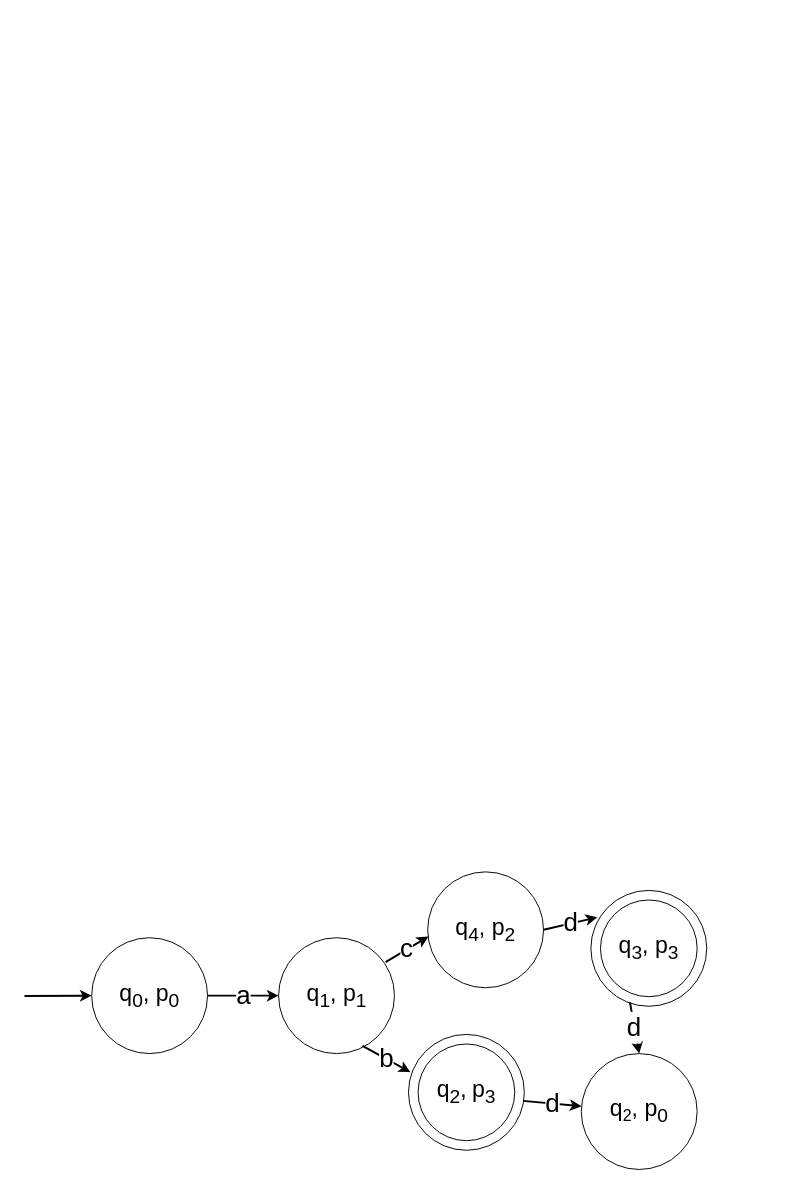
Earlier version of the draw.io diagram thesisdrawing.drawio (olliglorioso/datasets). Source tidied: cells renumbered, new cells numbered last; positions are measured from the earlier drawing's top-left corner, leaving out a move shared by most shapes. Both pictures are drawn from the tidied source at 96%, with x=0, y=0 at pixel (24, 872).
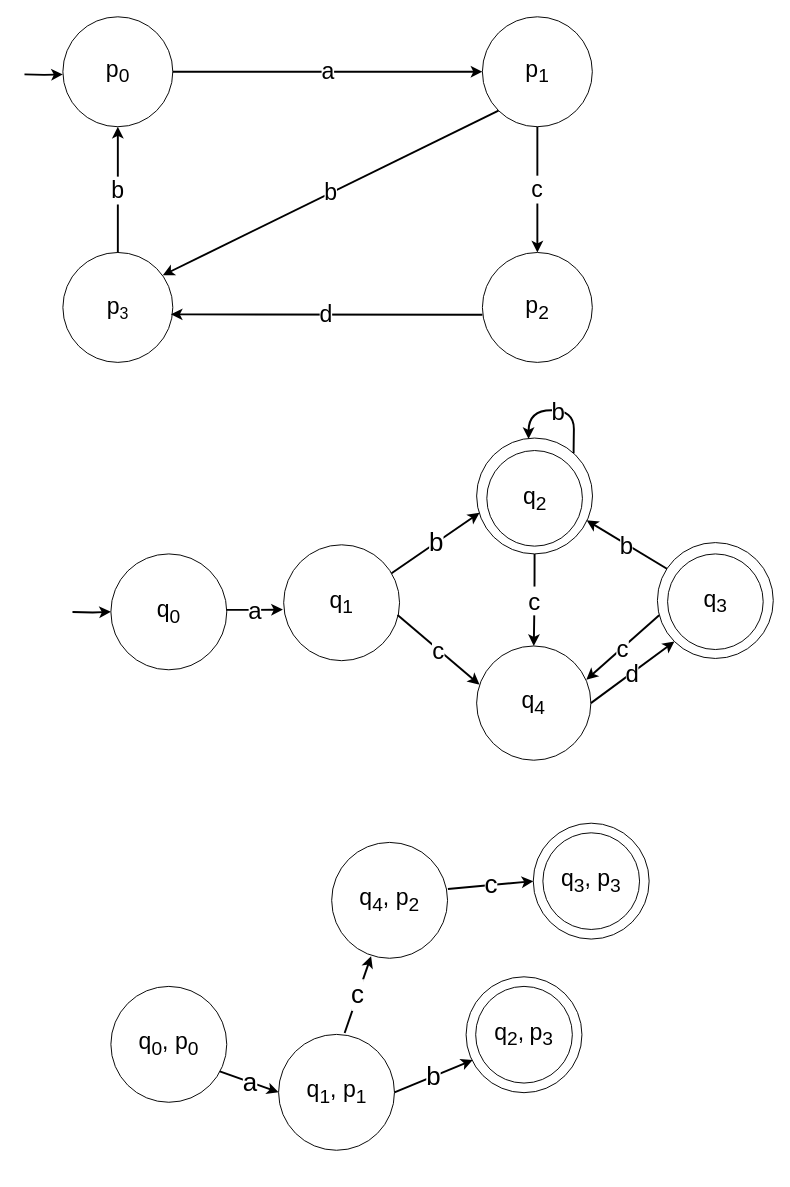
The same page after the edit.

Diff of the diagram source:
```diff
@@
     <mxCell id="2" style="ellipse;whiteSpace=wrap;html=1;fillColor=none;" parent="1" vertex="1">
-      <mxGeometry x="410" y="179" width="100.7" height="100.7" as="geometry" />
+      <mxGeometry x="470" y="119" width="100.7" height="100.7" as="geometry" />
     </mxCell>
     <mxCell id="3" value="&lt;span style=&quot;font-size: 24px;&quot;&gt;q&lt;sub&gt;4&lt;/sub&gt;, p&lt;sub&gt;2&lt;br&gt;&lt;/sub&gt;&lt;/span&gt;" style="ellipse;whiteSpace=wrap;html=1;fillColor=none;" parent="1" vertex="1">
-      <mxGeometry x="420" y="-0.3" width="120.7" height="120.7" as="geometry" />
+      <mxGeometry x="320" y="-31" width="120.7" height="120.7" as="geometry" />
     </mxCell>
+    <mxCell id="17" style="group;" parent="1" vertex="1">
+      <mxGeometry x="40" y="-891" width="570" height="366.2" as="geometry" />
+    </mxCell>
+    <mxCell id="18" value="&lt;span style=&quot;font-size: 24px;&quot;&gt;p&lt;sub&gt;0&lt;/sub&gt;&lt;/span&gt;" style="ellipse;whiteSpace=wrap;html=1;" parent="17" vertex="1">
+      <mxGeometry width="114.5" height="114.5" as="geometry" />
+    </mxCell>
+    <mxCell id="19" value="&lt;span style=&quot;font-size: 24px;&quot;&gt;p&lt;sub&gt;1&lt;/sub&gt;&lt;/span&gt;" style="ellipse;whiteSpace=wrap;html=1;" parent="17" vertex="1">
+      <mxGeometry x="437" width="114.5" height="114.5" as="geometry" />
+    </mxCell>
+    <mxCell id="20" value="&lt;span style=&quot;font-size: 24px;&quot;&gt;p&lt;sub&gt;2&lt;/sub&gt;&lt;/span&gt;" style="ellipse;whiteSpace=wrap;html=1;" parent="17" vertex="1">
+      <mxGeometry x="437" y="245.5" width="114.5" height="114.5" as="geometry" />
+    </mxCell>
+    <mxCell id="21" value="&lt;span style=&quot;font-size: 24px;&quot;&gt;p&lt;/span&gt;&lt;span style=&quot;font-size: 20px;&quot;&gt;&lt;sub&gt;3&lt;/sub&gt;&lt;/span&gt;" style="ellipse;whiteSpace=wrap;html=1;" parent="17" vertex="1">
+      <mxGeometry y="245.5" width="114.5" height="114.5" as="geometry" />
+    </mxCell>
+    <mxCell id="22" value="&lt;font style=&quot;font-size: 24px;&quot;&gt;a&lt;/font&gt;" style="endArrow=classic;html=1;rounded=0;entryX=0;entryY=0.5;entryDx=0;entryDy=0;exitX=1;exitY=0.5;exitDx=0;exitDy=0;strokeWidth=2;startArrow=none;startFill=0;endFill=1;" parent="17" edge="1" source="18" target="19">
+      <mxGeometry relative="1" as="geometry" />
+    </mxCell>
+    <mxCell id="23" value="&lt;font style=&quot;font-size: 24px;&quot;&gt;d&lt;/font&gt;" style="endArrow=none;html=1;rounded=0;entryX=0;entryY=0.5;entryDx=0;entryDy=0;strokeWidth=2;startArrow=classic;startFill=1;exitX=0.982;exitY=0.563;exitDx=0;exitDy=0;exitPerimeter=0;" parent="17" edge="1" source="21">
+      <mxGeometry relative="1" as="geometry">
+        <mxPoint x="437" y="310.4" as="targetPoint" />
+      </mxGeometry>
+    </mxCell>
+    <mxCell id="24" value="&lt;font style=&quot;font-size: 24px;&quot;&gt;c&lt;/font&gt;" style="endArrow=none;html=1;rounded=0;entryX=0.5;entryY=1;entryDx=0;entryDy=0;exitX=0.5;exitY=0;exitDx=0;exitDy=0;strokeWidth=2;endFill=0;startArrow=classic;startFill=1;" parent="17" edge="1" source="20" target="19">
+      <mxGeometry relative="1" as="geometry" />
+    </mxCell>
+    <mxCell id="25" value="&lt;font style=&quot;font-size: 24px;&quot;&gt;b&lt;/font&gt;" style="endArrow=none;html=1;rounded=0;entryX=0;entryY=1;entryDx=0;entryDy=0;exitX=0.909;exitY=0.207;exitDx=0;exitDy=0;strokeWidth=2;startArrow=classic;startFill=1;exitPerimeter=0;" parent="17" edge="1" source="21" target="19">
+      <mxGeometry relative="1" as="geometry" />
+    </mxCell>
+    <mxCell id="26" value="&lt;font style=&quot;font-size: 24px;&quot;&gt;b&lt;/font&gt;" style="endArrow=none;html=1;rounded=0;entryX=0.5;entryY=0;entryDx=0;entryDy=0;exitX=0.5;exitY=1;exitDx=0;exitDy=0;strokeWidth=2;startArrow=classic;startFill=1;" parent="17" edge="1" source="18" target="21">
+      <mxGeometry relative="1" as="geometry" />
+    </mxCell>
+    <mxCell id="27" style="group;" parent="1" vertex="1">
+      <mxGeometry x="80" y="-451" width="700" height="363" as="geometry" />
+    </mxCell>
+    <mxCell id="28" style="group;" parent="27" vertex="1">
+      <mxGeometry x="401.6" y="11.8" width="110.1" height="122.8" as="geometry" />
+    </mxCell>
+    <mxCell id="29" value="&lt;span style=&quot;font-size: 24px;&quot;&gt;q&lt;sub&gt;2&lt;/sub&gt;&lt;/span&gt;" style="ellipse;whiteSpace=wrap;html=1;strokeColor=default;strokeWidth=1;" parent="28" vertex="1">
+      <mxGeometry width="99.6" height="99.6" as="geometry" />
+    </mxCell>
+    <mxCell id="30" style="ellipse;whiteSpace=wrap;html=1;fillColor=none;" parent="28" vertex="1">
+      <mxGeometry x="-10.6" y="-13" width="120.7" height="120.7" as="geometry" />
+    </mxCell>
+    <mxCell id="31" value="&lt;font style=&quot;font-size: 25px;&quot;&gt;b&lt;/font&gt;" style="rounded=0;orthogonalLoop=1;jettySize=auto;html=1;exitX=0.837;exitY=0.13;exitDx=0;exitDy=0;strokeWidth=2;entryX=0.448;entryY=0.008;entryDx=0;entryDy=0;entryPerimeter=0;exitPerimeter=0;edgeStyle=orthogonalEdgeStyle;curved=1;" parent="28" edge="1" source="30" target="30">
+      <mxGeometry relative="1" as="geometry">
+        <Array as="points">
+          <mxPoint x="91" y="-3" />
+          <mxPoint x="91" y="-3" />
+          <mxPoint x="91" y="-42" />
+          <mxPoint x="44" y="-42" />
+        </Array>
+      </mxGeometry>
+    </mxCell>
+    <mxCell id="32" style="group;" parent="27" vertex="1">
+      <mxGeometry x="589.9" y="119.5" width="110.1" height="122.8" as="geometry" />
+    </mxCell>
+    <mxCell id="33" value="&lt;span style=&quot;font-size: 24px;&quot;&gt;q&lt;sub&gt;3&lt;/sub&gt;&lt;/span&gt;" style="ellipse;whiteSpace=wrap;html=1;strokeColor=default;strokeWidth=1;" parent="32" vertex="1">
+      <mxGeometry width="99.6" height="99.6" as="geometry" />
+    </mxCell>
+    <mxCell id="34" style="ellipse;whiteSpace=wrap;html=1;fillColor=none;" parent="32" vertex="1">
+      <mxGeometry x="-10.6" y="-11.8" width="120.7" height="120.7" as="geometry" />
+    </mxCell>
+    <mxCell id="35" value="&lt;span style=&quot;font-size: 24px;&quot;&gt;q&lt;sub&gt;4&lt;/sub&gt;&lt;/span&gt;" style="ellipse;whiteSpace=wrap;html=1;" parent="27" vertex="1">
+      <mxGeometry x="391" y="215.4" width="119" height="119" as="geometry" />
+    </mxCell>
+    <mxCell id="36" value="&lt;font style=&quot;font-size: 25px;&quot;&gt;c&lt;/font&gt;" style="rounded=0;jettySize=auto;html=1;exitX=0.983;exitY=0.606;exitDx=0;exitDy=0;entryX=0.025;entryY=0.338;entryDx=0;entryDy=0;entryPerimeter=0;strokeWidth=2;exitPerimeter=0;" parent="27" edge="1" source="42" target="35">
+      <mxGeometry relative="1" as="geometry" />
+    </mxCell>
+    <mxCell id="37" value="&lt;font style=&quot;font-size: 25px;&quot;&gt;a&lt;/font&gt;" style="edgeStyle=orthogonalEdgeStyle;rounded=0;jettySize=auto;html=1;exitX=0.994;exitY=0.483;exitDx=0;exitDy=0;entryX=-0.007;entryY=0.559;entryDx=0;entryDy=0;entryPerimeter=0;strokeWidth=2;exitPerimeter=0;" parent="27" edge="1" source="44" target="42">
+      <mxGeometry relative="1" as="geometry" />
+    </mxCell>
+    <mxCell id="38" value="&lt;font style=&quot;font-size: 27px;&quot;&gt;b&lt;/font&gt;" style="rounded=0;jettySize=auto;html=1;exitX=0.931;exitY=0.246;exitDx=0;exitDy=0;entryX=0.025;entryY=0.645;entryDx=0;entryDy=0;entryPerimeter=0;strokeWidth=2;exitPerimeter=0;" parent="27" edge="1" source="42" target="30">
+      <mxGeometry relative="1" as="geometry" />
+    </mxCell>
+    <mxCell id="39" value="&lt;font style=&quot;font-size: 25px;&quot;&gt;c&lt;/font&gt;" style="edgeStyle=orthogonalEdgeStyle;rounded=0;jettySize=auto;html=1;exitX=0.5;exitY=1;exitDx=0;exitDy=0;entryX=0.5;entryY=0;entryDx=0;entryDy=0;strokeWidth=2;curved=1;" parent="27" edge="1" source="30" target="35">
+      <mxGeometry relative="1" as="geometry" />
+    </mxCell>
+    <mxCell id="40" value="&lt;font style=&quot;font-size: 25px;&quot;&gt;b&lt;/font&gt;" style="rounded=0;jettySize=auto;html=1;exitX=0.082;exitY=0.226;exitDx=0;exitDy=0;entryX=0.949;entryY=0.71;entryDx=0;entryDy=0;strokeWidth=2;exitPerimeter=0;entryPerimeter=0;" parent="27" edge="1" source="34" target="30">
+      <mxGeometry relative="1" as="geometry" />
+    </mxCell>
+    <mxCell id="41" value="&lt;font style=&quot;font-size: 25px;&quot;&gt;c&lt;/font&gt;" style="rounded=0;jettySize=auto;html=1;exitX=0.96;exitY=0.295;exitDx=0;exitDy=0;entryX=0.015;entryY=0.627;entryDx=0;entryDy=0;strokeWidth=2;exitPerimeter=0;entryPerimeter=0;startArrow=classic;startFill=1;endArrow=none;endFill=0;" parent="27" edge="1" source="35" target="34">
+      <mxGeometry relative="1" as="geometry" />
+    </mxCell>
+    <mxCell id="42" value="&lt;span style=&quot;font-size: 24px;&quot;&gt;q&lt;sub&gt;1&lt;/sub&gt;&lt;/span&gt;" style="ellipse;whiteSpace=wrap;html=1;fillColor=none;" parent="27" vertex="1">
+      <mxGeometry x="190" y="110" width="120.7" height="120.7" as="geometry" />
+    </mxCell>
+    <mxCell id="43" value="&lt;font style=&quot;font-size: 25px;&quot;&gt;d&lt;/font&gt;" style="rounded=0;jettySize=auto;html=1;exitX=1;exitY=0.5;exitDx=0;exitDy=0;entryX=0;entryY=1;entryDx=0;entryDy=0;strokeWidth=2;" parent="27" edge="1" source="35" target="34">
+      <mxGeometry relative="1" as="geometry" />
+    </mxCell>
+    <mxCell id="44" value="&lt;span style=&quot;font-size: 24px;&quot;&gt;q&lt;sub&gt;0&lt;/sub&gt;&lt;/span&gt;" style="ellipse;whiteSpace=wrap;html=1;" parent="27" vertex="1">
+      <mxGeometry x="10" y="119.5" width="120.7" height="120.7" as="geometry" />
+    </mxCell>
+    <mxCell id="45" style="edgeStyle=orthogonalEdgeStyle;rounded=0;jettySize=auto;html=1;entryX=0;entryY=0.5;entryDx=0;entryDy=0;strokeWidth=2;" parent="27" edge="1" target="44">
+      <mxGeometry relative="1" as="geometry">
+        <mxPoint x="-30" y="180" as="sourcePoint" />
+      </mxGeometry>
+    </mxCell>
+    <mxCell id="15" value="&lt;span style=&quot;font-size: 24px;&quot;&gt;q&lt;sub&gt;0&lt;/sub&gt;, p&lt;sub&gt;0&lt;/sub&gt;&lt;/span&gt;" style="ellipse;whiteSpace=wrap;html=1;" parent="1" vertex="1">
+      <mxGeometry x="90" y="119" width="120.7" height="120.7" as="geometry" />
+    </mxCell>
+    <mxCell id="46" style="edgeStyle=orthogonalEdgeStyle;rounded=0;orthogonalLoop=1;jettySize=auto;html=1;entryX=0;entryY=0.5;entryDx=0;entryDy=0;strokeWidth=2;" parent="1" edge="1">
+      <mxGeometry relative="1" as="geometry">
+        <mxPoint y="-831" as="sourcePoint" />
+        <mxPoint x="40" y="-831" as="targetPoint" />
+      </mxGeometry>
+    </mxCell>
     <mxCell id="4" value="&lt;span style=&quot;font-size: 24px;&quot;&gt;q&lt;sub&gt;1&lt;/sub&gt;, p&lt;sub&gt;1&lt;/sub&gt;&lt;/span&gt;" style="ellipse;whiteSpace=wrap;html=1;" parent="1" vertex="1">
-      <mxGeometry x="264.7" y="68.3" width="120.7" height="120.7" as="geometry" />
+      <mxGeometry x="264.7" y="169" width="120.7" height="120.7" as="geometry" />
     </mxCell>
-    <mxCell id="5" value="&lt;font style=&quot;font-size: 27px;&quot;&gt;a&lt;/font&gt;" style="endArrow=classic;html=1;rounded=0;entryX=0;entryY=0.5;entryDx=0;entryDy=0;exitX=1;exitY=0.5;exitDx=0;exitDy=0;strokeWidth=2;startArrow=none;startFill=0;endFill=1;" parent="1" edge="1" source="15" target="4">
+    <mxCell id="5" value="&lt;font style=&quot;font-size: 27px;&quot;&gt;a&lt;/font&gt;" style="endArrow=classic;html=1;rounded=0;entryX=0;entryY=0.5;entryDx=0;entryDy=0;exitX=0.94;exitY=0.733;exitDx=0;exitDy=0;strokeWidth=2;startArrow=none;startFill=0;endFill=1;exitPerimeter=0;" parent="1" edge="1" source="15" target="4">
       <mxGeometry relative="1" as="geometry" />
     </mxCell>
     <mxCell id="6" value="&lt;span style=&quot;font-size: 24px;&quot;&gt;q&lt;sub&gt;2&lt;/sub&gt;,&lt;sub&gt; &lt;/sub&gt;p&lt;sub&gt;3&lt;/sub&gt;&lt;/span&gt;" style="ellipse;whiteSpace=wrap;html=1;fillColor=none;" parent="1" vertex="1">
-      <mxGeometry x="400" y="169" width="120.7" height="120.7" as="geometry" />
+      <mxGeometry x="460" y="109" width="120.7" height="120.7" as="geometry" />
     </mxCell>
-    <mxCell id="7" value="&lt;font style=&quot;font-size: 27px;&quot;&gt;b&lt;/font&gt;" style="endArrow=classic;html=1;rounded=0;exitX=0.724;exitY=0.934;exitDx=0;exitDy=0;strokeWidth=2;startArrow=none;startFill=0;endFill=1;entryX=0.017;entryY=0.326;entryDx=0;entryDy=0;entryPerimeter=0;exitPerimeter=0;" parent="1" edge="1" source="4" target="6">
+    <mxCell id="7" value="&lt;font style=&quot;font-size: 27px;&quot;&gt;b&lt;/font&gt;" style="endArrow=classic;html=1;rounded=0;entryX=0.057;entryY=0.718;entryDx=0;entryDy=0;exitX=1;exitY=0.5;exitDx=0;exitDy=0;strokeWidth=2;startArrow=none;startFill=0;endFill=1;entryPerimeter=0;" parent="1" edge="1" source="4" target="6">
       <mxGeometry relative="1" as="geometry" />
     </mxCell>
     <mxCell id="8" style="ellipse;whiteSpace=wrap;html=1;fillColor=none;" parent="1" vertex="1">
-      <mxGeometry x="600" y="29" width="100.7" height="100.7" as="geometry" />
+      <mxGeometry x="540" y="-41" width="100.7" height="100.7" as="geometry" />
     </mxCell>
     <mxCell id="9" value="&lt;span style=&quot;font-size: 24px;&quot;&gt;q&lt;sub&gt;3&lt;/sub&gt;, p&lt;sub&gt;3&lt;br&gt;&lt;/sub&gt;&lt;/span&gt;" style="ellipse;whiteSpace=wrap;html=1;fillColor=none;" parent="1" vertex="1">
-      <mxGeometry x="590" y="19" width="120.7" height="120.7" as="geometry" />
+      <mxGeometry x="530" y="-51" width="120.7" height="120.7" as="geometry" />
     </mxCell>
-    <mxCell id="10" value="&lt;font style=&quot;font-size: 27px;&quot;&gt;c&lt;br&gt;&lt;/font&gt;" style="endArrow=classic;html=1;rounded=0;strokeWidth=2;startArrow=none;startFill=0;endFill=1;entryX=0.006;entryY=0.558;entryDx=0;entryDy=0;exitX=0.923;exitY=0.21;exitDx=0;exitDy=0;exitPerimeter=0;entryPerimeter=0;" parent="1" edge="1" source="4" target="3">
+    <mxCell id="10" value="&lt;font style=&quot;font-size: 27px;&quot;&gt;c&lt;br&gt;&lt;/font&gt;" style="endArrow=classic;html=1;rounded=0;exitX=0.57;exitY=-0.012;exitDx=0;exitDy=0;strokeWidth=2;startArrow=none;startFill=0;endFill=1;entryX=0.34;entryY=0.982;entryDx=0;entryDy=0;entryPerimeter=0;exitPerimeter=0;" parent="1" edge="1" source="4" target="3">
       <mxGeometry relative="1" as="geometry" />
     </mxCell>
-    <mxCell id="11" value="&lt;font style=&quot;font-size: 27px;&quot;&gt;d&lt;br&gt;&lt;/font&gt;" style="endArrow=classic;html=1;rounded=0;entryX=0.055;entryY=0.232;entryDx=0;entryDy=0;exitX=1;exitY=0.5;exitDx=0;exitDy=0;strokeWidth=2;startArrow=none;startFill=0;endFill=1;entryPerimeter=0;" parent="1" edge="1" source="3" target="9">
+    <mxCell id="11" value="&lt;font style=&quot;font-size: 27px;&quot;&gt;c&lt;br&gt;&lt;/font&gt;" style="endArrow=classic;html=1;rounded=0;entryX=0;entryY=0.5;entryDx=0;entryDy=0;exitX=1.003;exitY=0.402;exitDx=0;exitDy=0;strokeWidth=2;startArrow=none;startFill=0;endFill=1;exitPerimeter=0;" parent="1" edge="1" source="3" target="9">
       <mxGeometry relative="1" as="geometry" />
     </mxCell>
-    <mxCell id="12" value="&lt;span style=&quot;font-size: 24px;&quot;&gt;q&lt;/span&gt;&lt;span style=&quot;font-size: 20px;&quot;&gt;&lt;sub&gt;2&lt;/sub&gt;&lt;/span&gt;&lt;span style=&quot;font-size: 24px;&quot;&gt;, p&lt;sub&gt;0&lt;/sub&gt;&lt;/span&gt;&lt;sub style=&quot;font-size: 24px;&quot;&gt;&lt;br&gt;&lt;/sub&gt;" style="ellipse;whiteSpace=wrap;html=1;fillColor=none;" parent="1" vertex="1">
-      <mxGeometry x="580" y="189" width="120.7" height="120.7" as="geometry" />
-    </mxCell>
-    <mxCell id="13" value="&lt;font style=&quot;font-size: 27px;&quot;&gt;d&lt;br&gt;&lt;/font&gt;" style="endArrow=classic;html=1;rounded=0;entryX=0.5;entryY=0;entryDx=0;entryDy=0;exitX=0.337;exitY=0.965;exitDx=0;exitDy=0;strokeWidth=2;startArrow=none;startFill=0;endFill=1;exitPerimeter=0;" parent="1" edge="1" source="9" target="12">
-      <mxGeometry relative="1" as="geometry" />
-    </mxCell>
-    <mxCell id="14" value="&lt;font style=&quot;font-size: 27px;&quot;&gt;d&lt;br&gt;&lt;/font&gt;" style="endArrow=classic;html=1;rounded=0;exitX=0.989;exitY=0.574;exitDx=0;exitDy=0;strokeWidth=2;startArrow=none;startFill=0;endFill=1;exitPerimeter=0;" parent="1" edge="1" source="6" target="12">
-      <mxGeometry relative="1" as="geometry" />
-    </mxCell>
-    <mxCell id="15" value="&lt;span style=&quot;font-size: 24px;&quot;&gt;q&lt;sub&gt;0&lt;/sub&gt;, p&lt;sub&gt;0&lt;/sub&gt;&lt;/span&gt;" style="ellipse;whiteSpace=wrap;html=1;" parent="1" vertex="1">
-      <mxGeometry x="70" y="68.3" width="120.7" height="120.7" as="geometry" />
-    </mxCell>
-    <mxCell id="16" style="endArrow=classic;html=1;rounded=0;strokeWidth=2;startArrow=none;startFill=0;endFill=1;entryX=0;entryY=0.5;entryDx=0;entryDy=0;" parent="1" edge="1" target="15">
-      <mxGeometry relative="1" as="geometry">
-        <mxPoint y="129" as="sourcePoint" />
-      </mxGeometry>
-    </mxCell>
```
